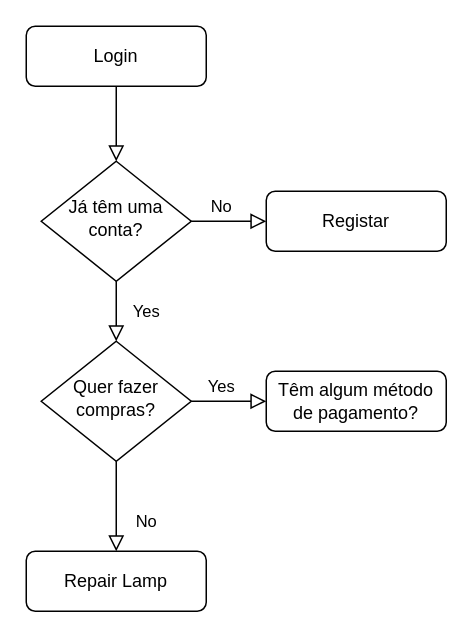
This is Diagrama sem nome.drawio from Afonsocrz/Aulas_Lp-, a draw.io file, before an edit. Source tidied: cells renumbered, new cells numbered last; positions are measured from the earlier drawing's top-left corner, leaving out a move shared by most shapes. Both pictures are drawn from the tidied source at 150%, with x=0, y=0 at pixel (26, 26).
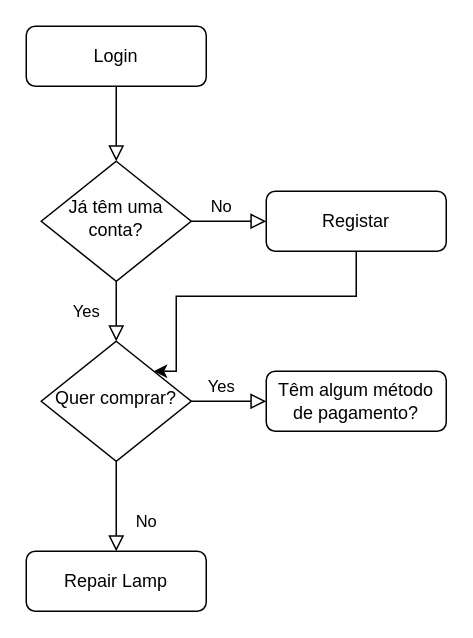
The same diagram, later.

The edit, as a diff of the source:
```diff
@@
 <mxGraphModel>
   <root>
     <mxCell id="0" />
     <mxCell id="1" parent="0" />
     <mxCell id="2" style="rounded=0;html=1;jettySize=auto;fontSize=11;endArrow=block;endFill=0;endSize=8;strokeWidth=1;shadow=0;labelBackgroundColor=none;edgeStyle=orthogonalEdgeStyle;" parent="1" edge="1" source="3" target="6">
       <mxGeometry relative="1" as="geometry" />
     </mxCell>
     <mxCell id="3" value="Login" style="rounded=1;whiteSpace=wrap;html=1;fontSize=12;glass=0;strokeWidth=1;shadow=0;" parent="1" vertex="1">
       <mxGeometry width="120" height="40" as="geometry" />
     </mxCell>
     <mxCell id="4" value="Yes" style="rounded=0;html=1;jettySize=auto;fontSize=11;endArrow=block;endFill=0;endSize=8;strokeWidth=1;shadow=0;labelBackgroundColor=none;edgeStyle=orthogonalEdgeStyle;" parent="1" edge="1" source="6" target="10">
-      <mxGeometry y="20" relative="1" as="geometry" />
+      <mxGeometry y="-20" relative="1" as="geometry" />
     </mxCell>
     <mxCell id="5" value="No" style="edgeStyle=orthogonalEdgeStyle;rounded=0;html=1;jettySize=auto;fontSize=11;endArrow=block;endFill=0;endSize=8;strokeWidth=1;shadow=0;labelBackgroundColor=none;" parent="1" edge="1" source="6" target="7">
       <mxGeometry x="-0.2" y="10" relative="1" as="geometry" />
     </mxCell>
     <mxCell id="6" value="Já têm uma conta?" style="rhombus;whiteSpace=wrap;html=1;shadow=0;fontFamily=Helvetica;fontSize=12;align=center;strokeWidth=1;spacing=6;spacingTop=-4;" parent="1" vertex="1">
       <mxGeometry x="10" y="90" width="100" height="80" as="geometry" />
     </mxCell>
+    <mxCell id="13" style="edgeStyle=orthogonalEdgeStyle;rounded=0;jettySize=auto;html=1;exitX=0.5;exitY=1;exitDx=0;exitDy=0;entryX=1;entryY=0;entryDx=0;entryDy=0;strokeColor=#000000;" parent="1" edge="1" source="7" target="10">
+      <mxGeometry relative="1" as="geometry">
+        <Array as="points">
+          <mxPoint x="220" y="180" />
+          <mxPoint x="100" y="180" />
+          <mxPoint x="100" y="230" />
+        </Array>
+      </mxGeometry>
+    </mxCell>
     <mxCell id="7" value="Registar" style="rounded=1;whiteSpace=wrap;html=1;fontSize=12;glass=0;strokeWidth=1;shadow=0;" parent="1" vertex="1">
       <mxGeometry x="160" y="110" width="120" height="40" as="geometry" />
     </mxCell>
     <mxCell id="8" value="No" style="rounded=0;html=1;jettySize=auto;fontSize=11;endArrow=block;endFill=0;endSize=8;strokeWidth=1;shadow=0;labelBackgroundColor=none;edgeStyle=orthogonalEdgeStyle;" parent="1" edge="1" source="10" target="11">
       <mxGeometry x="0.33" y="20" relative="1" as="geometry" />
     </mxCell>
     <mxCell id="9" value="Yes" style="edgeStyle=orthogonalEdgeStyle;rounded=0;html=1;jettySize=auto;fontSize=11;endArrow=block;endFill=0;endSize=8;strokeWidth=1;shadow=0;labelBackgroundColor=none;" parent="1" edge="1" source="10" target="12">
       <mxGeometry x="-0.2" y="10" relative="1" as="geometry" />
     </mxCell>
-    <mxCell id="10" value="Quer fazer compras?" style="rhombus;whiteSpace=wrap;html=1;shadow=0;fontFamily=Helvetica;fontSize=12;align=center;strokeWidth=1;spacing=6;spacingTop=-4;" parent="1" vertex="1">
+    <mxCell id="10" value="Quer comprar?" style="rhombus;whiteSpace=wrap;html=1;shadow=0;fontFamily=Helvetica;fontSize=12;align=center;strokeWidth=1;spacing=6;spacingTop=-4;" parent="1" vertex="1">
       <mxGeometry x="10" y="210" width="100" height="80" as="geometry" />
     </mxCell>
     <mxCell id="11" value="Repair Lamp" style="rounded=1;whiteSpace=wrap;html=1;fontSize=12;glass=0;strokeWidth=1;shadow=0;" parent="1" vertex="1">
       <mxGeometry y="350" width="120" height="40" as="geometry" />
     </mxCell>
     <mxCell id="12" value="Têm algum método de pagamento?" style="rounded=1;whiteSpace=wrap;html=1;fontSize=12;glass=0;strokeWidth=1;shadow=0;" parent="1" vertex="1">
       <mxGeometry x="160" y="230" width="120" height="40" as="geometry" />
     </mxCell>
   </root>
 </mxGraphModel>
```
